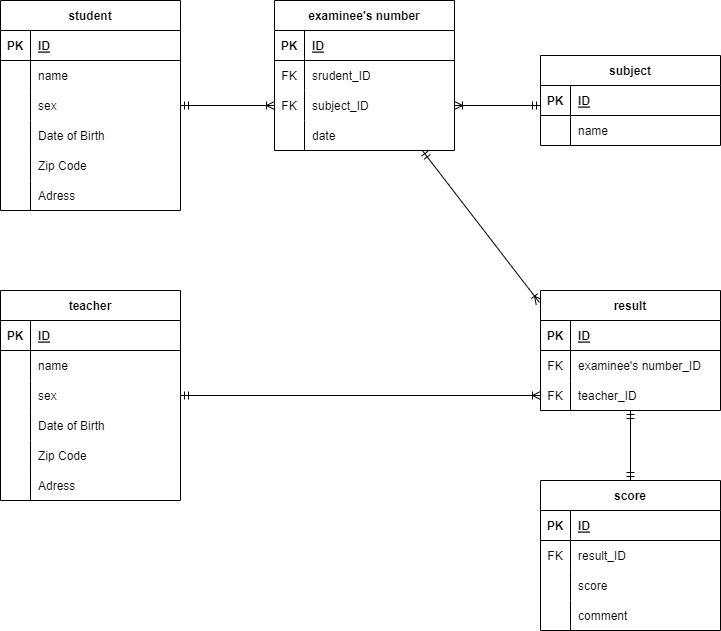
Above: DIAGRAMS.NET/index.drawio.png in piroshi1989/ER__practice (draw.io), before the change. Source tidied: cells renumbered, new cells last; positions are measured from the earlier drawing's top-left corner, leaving out a move shared by most shapes.
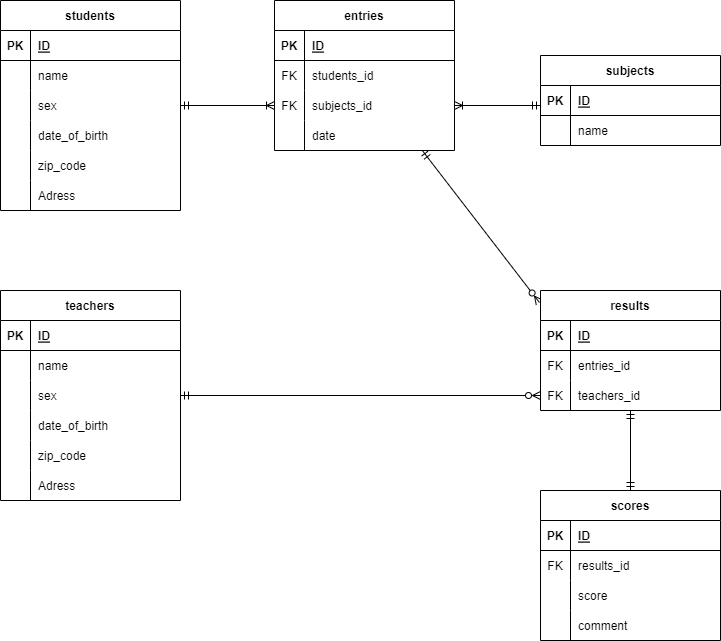
Later version of the same file.

Change to the diagram source:
```diff
@@ -5,7 +5,7 @@
     <mxCell id="2" style="edgeStyle=none;html=1;entryX=0;entryY=0.5;entryDx=0;entryDy=0;startArrow=ERmandOne;startFill=0;endArrow=ERoneToMany;endFill=0;" parent="1" edge="1" source="3" target="56">
       <mxGeometry relative="1" as="geometry" />
     </mxCell>
-    <mxCell id="3" value="student" style="shape=table;startSize=30;rowLines=0;fontStyle=1;align=center;" parent="1" vertex="1">
+    <mxCell id="3" value="students" style="shape=table;startSize=30;rowLines=0;fontStyle=1;align=center;" parent="1" vertex="1">
       <mxGeometry width="180" height="210" as="geometry" />
     </mxCell>
     <mxCell id="4" style="shape=tableRow;horizontal=0;startSize=0;swimlaneHead=0;swimlaneBody=0;fillColor=none;top=0;left=0;right=0;bottom=1;" parent="3" vertex="1">
@@ -41,7 +41,7 @@
     <mxCell id="14" style="shape=partialRectangle;fillColor=none;top=0;left=0;bottom=0;right=0;overflow=hidden;" parent="13" vertex="1">
       <mxGeometry width="30" height="30" as="geometry" />
     </mxCell>
-    <mxCell id="15" value="Date of Birth" style="shape=partialRectangle;fillColor=none;top=0;left=0;bottom=0;right=0;align=left;spacingLeft=6;overflow=hidden;" parent="13" vertex="1">
+    <mxCell id="15" value="date_of_birth" style="shape=partialRectangle;fillColor=none;top=0;left=0;bottom=0;right=0;align=left;spacingLeft=6;overflow=hidden;" parent="13" vertex="1">
       <mxGeometry x="30" width="150" height="30" as="geometry" />
     </mxCell>
     <mxCell id="16" style="shape=tableRow;horizontal=0;startSize=0;swimlaneHead=0;swimlaneBody=0;fillColor=none;top=0;left=0;right=0;bottom=0;" parent="3" vertex="1">
@@ -50,7 +50,7 @@
     <mxCell id="17" style="shape=partialRectangle;fillColor=none;top=0;left=0;bottom=0;right=0;overflow=hidden;" parent="16" vertex="1">
       <mxGeometry width="30" height="30" as="geometry" />
     </mxCell>
-    <mxCell id="18" value="Zip Code" style="shape=partialRectangle;fillColor=none;top=0;left=0;bottom=0;right=0;align=left;spacingLeft=6;overflow=hidden;" parent="16" vertex="1">
+    <mxCell id="18" value="zip_code" style="shape=partialRectangle;fillColor=none;top=0;left=0;bottom=0;right=0;align=left;spacingLeft=6;overflow=hidden;" parent="16" vertex="1">
       <mxGeometry x="30" width="150" height="30" as="geometry" />
     </mxCell>
     <mxCell id="19" style="shape=tableRow;horizontal=0;startSize=0;swimlaneHead=0;swimlaneBody=0;fillColor=none;top=0;left=0;right=0;bottom=0;" parent="3" vertex="1">
@@ -62,7 +62,7 @@
     <mxCell id="21" value="Adress" style="shape=partialRectangle;fillColor=none;top=0;left=0;bottom=0;right=0;align=left;spacingLeft=6;overflow=hidden;" parent="19" vertex="1">
       <mxGeometry x="30" width="150" height="30" as="geometry" />
     </mxCell>
-    <mxCell id="22" value="teacher" style="shape=table;startSize=30;rowLines=0;fontStyle=1;align=center;" parent="1" vertex="1">
+    <mxCell id="22" value="teachers" style="shape=table;startSize=30;rowLines=0;fontStyle=1;align=center;" parent="1" vertex="1">
       <mxGeometry y="290" width="180" height="210" as="geometry" />
     </mxCell>
     <mxCell id="23" style="shape=tableRow;horizontal=0;startSize=0;swimlaneHead=0;swimlaneBody=0;fillColor=none;top=0;left=0;right=0;bottom=1;" parent="22" vertex="1">
@@ -98,7 +98,7 @@
     <mxCell id="33" style="shape=partialRectangle;fillColor=none;top=0;left=0;bottom=0;right=0;overflow=hidden;" parent="32" vertex="1">
       <mxGeometry width="30" height="30" as="geometry" />
     </mxCell>
-    <mxCell id="34" value="Date of Birth" style="shape=partialRectangle;fillColor=none;top=0;left=0;bottom=0;right=0;align=left;spacingLeft=6;overflow=hidden;" parent="32" vertex="1">
+    <mxCell id="34" value="date_of_birth" style="shape=partialRectangle;fillColor=none;top=0;left=0;bottom=0;right=0;align=left;spacingLeft=6;overflow=hidden;" parent="32" vertex="1">
       <mxGeometry x="30" width="150" height="30" as="geometry" />
     </mxCell>
     <mxCell id="35" style="shape=tableRow;horizontal=0;startSize=0;swimlaneHead=0;swimlaneBody=0;fillColor=none;top=0;left=0;right=0;bottom=0;" parent="22" vertex="1">
@@ -107,7 +107,7 @@
     <mxCell id="36" style="shape=partialRectangle;fillColor=none;top=0;left=0;bottom=0;right=0;overflow=hidden;" parent="35" vertex="1">
       <mxGeometry width="30" height="30" as="geometry" />
     </mxCell>
-    <mxCell id="37" value="Zip Code" style="shape=partialRectangle;fillColor=none;top=0;left=0;bottom=0;right=0;align=left;spacingLeft=6;overflow=hidden;" parent="35" vertex="1">
+    <mxCell id="37" value="zip_code" style="shape=partialRectangle;fillColor=none;top=0;left=0;bottom=0;right=0;align=left;spacingLeft=6;overflow=hidden;" parent="35" vertex="1">
       <mxGeometry x="30" width="150" height="30" as="geometry" />
     </mxCell>
     <mxCell id="38" style="shape=tableRow;horizontal=0;startSize=0;swimlaneHead=0;swimlaneBody=0;fillColor=none;top=0;left=0;right=0;bottom=0;" parent="22" vertex="1">
@@ -119,7 +119,7 @@
     <mxCell id="40" value="Adress" style="shape=partialRectangle;fillColor=none;top=0;left=0;bottom=0;right=0;align=left;spacingLeft=6;overflow=hidden;" parent="38" vertex="1">
       <mxGeometry x="30" width="150" height="30" as="geometry" />
     </mxCell>
-    <mxCell id="41" value="subject" style="shape=table;startSize=30;rowLines=0;fontStyle=1;align=center;" parent="1" vertex="1">
+    <mxCell id="41" value="subjects" style="shape=table;startSize=30;rowLines=0;fontStyle=1;align=center;" parent="1" vertex="1">
       <mxGeometry x="540" y="55" width="180" height="90" as="geometry" />
     </mxCell>
     <mxCell id="42" style="shape=tableRow;horizontal=0;startSize=0;swimlaneHead=0;swimlaneBody=0;fillColor=none;top=0;left=0;right=0;bottom=1;" parent="41" vertex="1">
@@ -140,10 +140,10 @@
     <mxCell id="47" value="name" style="shape=partialRectangle;fillColor=none;top=0;left=0;bottom=0;right=0;align=left;spacingLeft=6;overflow=hidden;" parent="45" vertex="1">
       <mxGeometry x="30" width="150" height="30" as="geometry" />
     </mxCell>
-    <mxCell id="48" style="edgeStyle=none;html=1;entryX=-0.006;entryY=0.1;entryDx=0;entryDy=0;entryPerimeter=0;startArrow=ERmandOne;startFill=0;endArrow=ERoneToMany;endFill=0;" parent="1" edge="1" source="49" target="63">
+    <mxCell id="48" style="edgeStyle=none;html=1;entryX=-0.006;entryY=0.1;entryDx=0;entryDy=0;entryPerimeter=0;startArrow=ERmandOne;startFill=0;endArrow=ERzeroToMany;endFill=0;" parent="1" edge="1" source="49" target="63">
       <mxGeometry relative="1" as="geometry" />
     </mxCell>
-    <mxCell id="49" value="examinee's number" style="shape=table;startSize=30;rowLines=0;fontStyle=1;align=center;" parent="1" vertex="1">
+    <mxCell id="49" value="entries" style="shape=table;startSize=30;rowLines=0;fontStyle=1;align=center;" parent="1" vertex="1">
       <mxGeometry x="274" width="180" height="150" as="geometry" />
     </mxCell>
     <mxCell id="50" style="shape=tableRow;horizontal=0;startSize=0;swimlaneHead=0;swimlaneBody=0;fillColor=none;top=0;left=0;right=0;bottom=1;" parent="49" vertex="1">
@@ -161,7 +161,7 @@
     <mxCell id="54" value="FK" style="shape=partialRectangle;fillColor=none;top=0;left=0;bottom=0;right=0;overflow=hidden;" parent="53" vertex="1">
       <mxGeometry width="30" height="30" as="geometry" />
     </mxCell>
-    <mxCell id="55" value="srudent_ID" style="shape=partialRectangle;fillColor=none;top=0;left=0;bottom=0;right=0;align=left;spacingLeft=6;overflow=hidden;" parent="53" vertex="1">
+    <mxCell id="55" value="students_id" style="shape=partialRectangle;fillColor=none;top=0;left=0;bottom=0;right=0;align=left;spacingLeft=6;overflow=hidden;" parent="53" vertex="1">
       <mxGeometry x="30" width="150" height="30" as="geometry" />
     </mxCell>
     <mxCell id="56" style="shape=tableRow;horizontal=0;startSize=0;swimlaneHead=0;swimlaneBody=0;fillColor=none;points=[[0,0.5],[1,0.5]];portConstraint=eastwest;top=0;left=0;right=0;bottom=0;" parent="49" vertex="1">
@@ -170,7 +170,7 @@
     <mxCell id="57" value="FK" style="shape=partialRectangle;fillColor=none;top=0;left=0;bottom=0;right=0;overflow=hidden;" parent="56" vertex="1">
       <mxGeometry width="30" height="30" as="geometry" />
     </mxCell>
-    <mxCell id="58" value="subject_ID" style="shape=partialRectangle;fillColor=none;top=0;left=0;bottom=0;right=0;align=left;spacingLeft=6;overflow=hidden;" parent="56" vertex="1">
+    <mxCell id="58" value="subjects_id" style="shape=partialRectangle;fillColor=none;top=0;left=0;bottom=0;right=0;align=left;spacingLeft=6;overflow=hidden;" parent="56" vertex="1">
       <mxGeometry x="30" width="150" height="30" as="geometry" />
     </mxCell>
     <mxCell id="59" style="shape=tableRow;horizontal=0;startSize=0;swimlaneHead=0;swimlaneBody=0;fillColor=none;top=0;left=0;right=0;bottom=0;" parent="49" vertex="1">
@@ -185,7 +185,7 @@
     <mxCell id="62" style="edgeStyle=none;html=1;entryX=0.5;entryY=0;entryDx=0;entryDy=0;startArrow=ERmandOne;startFill=0;endArrow=ERmandOne;endFill=0;" parent="1" edge="1" source="63" target="75">
       <mxGeometry relative="1" as="geometry" />
     </mxCell>
-    <mxCell id="63" value="result" style="shape=table;startSize=30;rowLines=0;fontStyle=1;align=center;" parent="1" vertex="1">
+    <mxCell id="63" value="results" style="shape=table;startSize=30;rowLines=0;fontStyle=1;align=center;" parent="1" vertex="1">
       <mxGeometry x="540" y="290" width="180" height="120" as="geometry" />
     </mxCell>
     <mxCell id="64" style="shape=tableRow;horizontal=0;startSize=0;swimlaneHead=0;swimlaneBody=0;fillColor=none;top=0;left=0;right=0;bottom=1;" parent="63" vertex="1">
@@ -203,7 +203,7 @@
     <mxCell id="68" value="FK" style="shape=partialRectangle;fillColor=none;top=0;left=0;bottom=0;right=0;overflow=hidden;" parent="67" vertex="1">
       <mxGeometry width="30" height="30" as="geometry" />
     </mxCell>
-    <mxCell id="69" value="examinee's number_ID" style="shape=partialRectangle;fillColor=none;top=0;left=0;bottom=0;right=0;align=left;spacingLeft=6;overflow=hidden;" parent="67" vertex="1">
+    <mxCell id="69" value="entries_id" style="shape=partialRectangle;fillColor=none;top=0;left=0;bottom=0;right=0;align=left;spacingLeft=6;overflow=hidden;" parent="67" vertex="1">
       <mxGeometry x="30" width="150" height="30" as="geometry" />
     </mxCell>
     <mxCell id="70" style="shape=tableRow;horizontal=0;startSize=0;swimlaneHead=0;swimlaneBody=0;fillColor=none;points=[[0,0.5],[1,0.5]];portConstraint=eastwest;top=0;left=0;right=0;bottom=0;" parent="63" vertex="1">
@@ -212,7 +212,7 @@
     <mxCell id="71" value="FK" style="shape=partialRectangle;fillColor=none;top=0;left=0;bottom=0;right=0;overflow=hidden;" parent="70" vertex="1">
       <mxGeometry width="30" height="30" as="geometry" />
     </mxCell>
-    <mxCell id="72" value="teacher_ID" style="shape=partialRectangle;fillColor=none;top=0;left=0;bottom=0;right=0;align=left;spacingLeft=6;overflow=hidden;" parent="70" vertex="1">
+    <mxCell id="72" value="teachers_id" style="shape=partialRectangle;fillColor=none;top=0;left=0;bottom=0;right=0;align=left;spacingLeft=6;overflow=hidden;" parent="70" vertex="1">
       <mxGeometry x="30" width="150" height="30" as="geometry" />
     </mxCell>
     <mxCell id="73" style="edgeStyle=none;html=1;entryX=1;entryY=0.5;entryDx=0;entryDy=0;startArrow=ERmandOne;startFill=0;endArrow=ERoneToMany;endFill=0;" parent="1" edge="1" target="56">
@@ -220,11 +220,11 @@
         <mxPoint x="540" y="105" as="sourcePoint" />
       </mxGeometry>
     </mxCell>
-    <mxCell id="74" style="edgeStyle=none;html=1;startArrow=ERmandOne;startFill=0;endArrow=ERoneToMany;endFill=0;entryX=0;entryY=0.5;entryDx=0;entryDy=0;" parent="1" edge="1" source="29" target="70">
+    <mxCell id="74" style="edgeStyle=none;html=1;startArrow=ERmandOne;startFill=0;endArrow=ERzeroToMany;endFill=0;entryX=0;entryY=0.5;entryDx=0;entryDy=0;" parent="1" edge="1" source="29" target="70">
       <mxGeometry relative="1" as="geometry" />
     </mxCell>
-    <mxCell id="75" value="score" style="shape=table;startSize=30;rowLines=0;fontStyle=1;align=center;" parent="1" vertex="1">
-      <mxGeometry x="540" y="480" width="180" height="150" as="geometry" />
+    <mxCell id="75" value="scores" style="shape=table;startSize=30;rowLines=0;fontStyle=1;align=center;" parent="1" vertex="1">
+      <mxGeometry x="540" y="490" width="180" height="150" as="geometry" />
     </mxCell>
     <mxCell id="76" style="shape=tableRow;horizontal=0;startSize=0;swimlaneHead=0;swimlaneBody=0;fillColor=none;top=0;left=0;right=0;bottom=1;" parent="75" vertex="1">
       <mxGeometry y="30" width="180" height="30" as="geometry" />
@@ -241,7 +241,7 @@
     <mxCell id="80" value="FK" style="shape=partialRectangle;fillColor=none;top=0;left=0;bottom=0;right=0;overflow=hidden;" parent="79" vertex="1">
       <mxGeometry width="30" height="30" as="geometry" />
     </mxCell>
-    <mxCell id="81" value="result_ID" style="shape=partialRectangle;fillColor=none;top=0;left=0;bottom=0;right=0;align=left;spacingLeft=6;overflow=hidden;" parent="79" vertex="1">
+    <mxCell id="81" value="results_id" style="shape=partialRectangle;fillColor=none;top=0;left=0;bottom=0;right=0;align=left;spacingLeft=6;overflow=hidden;" parent="79" vertex="1">
       <mxGeometry x="30" width="150" height="30" as="geometry" />
     </mxCell>
     <mxCell id="82" style="shape=tableRow;horizontal=0;startSize=0;swimlaneHead=0;swimlaneBody=0;fillColor=none;top=0;left=0;right=0;bottom=0;" parent="75" vertex="1">
```
